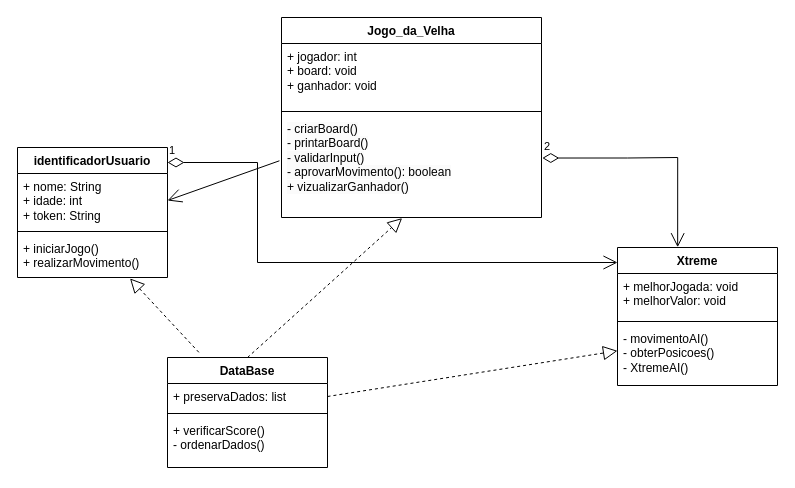
This is mini_projeto_3/Projeto_3/diagrama_de_classes.drawio from antonioscarvalho/Projetos-Orientados-a-Objetos, a draw.io file, before an edit. Source tidied: cells renumbered, new cells numbered last; positions are measured from the earlier drawing's top-left corner, leaving out a move shared by most shapes. Both pictures are drawn from the tidied source at 100%, with x=0, y=0 at pixel (17, 17).
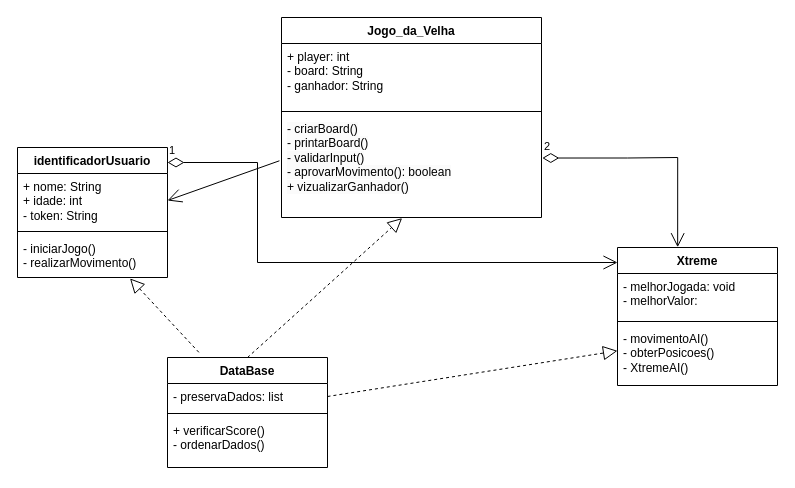
The same page after the edit.

Unchanged cells that the change refers to:
```xml
<mxCell id="2" value="identificadorUsuario" style="swimlane;fontStyle=1;align=center;verticalAlign=top;horizontal=1;startSize=26;whiteSpace=wrap;html=1;" parent="1" vertex="1">
  <mxGeometry y="130" width="150" height="130" as="geometry" />
</mxCell>
<mxCell id="6" value="Jogo_da_Velha" style="swimlane;fontStyle=1;align=center;verticalAlign=top;horizontal=1;startSize=26;whiteSpace=wrap;html=1;" parent="1" vertex="1">
  <mxGeometry x="264" width="260" height="200" as="geometry" />
</mxCell>
<mxCell id="10" value="DataBase" style="swimlane;fontStyle=1;align=center;verticalAlign=top;horizontal=1;startSize=26;whiteSpace=wrap;html=1;" parent="1" vertex="1">
  <mxGeometry x="150" y="340" width="160" height="110" as="geometry" />
</mxCell>
<mxCell id="17" value="Xtreme" style="swimlane;fontStyle=1;align=center;verticalAlign=top;horizontal=1;startSize=26;whiteSpace=wrap;html=1;" parent="1" vertex="1">
  <mxGeometry x="600" y="230" width="160" height="138" as="geometry" />
</mxCell>
```

Diff of the diagram source:
```diff
@@
-    <mxCell id="3" value="+ nome: String&lt;br&gt;+ idade: int&lt;br&gt;+ token: String&lt;br&gt;" style="text;strokeColor=none;fillColor=none;align=left;verticalAlign=top;spacingLeft=4;spacingRight=4;overflow=hidden;points=[[0,0.5],[1,0.5]];portConstraint=eastwest;whiteSpace=wrap;html=1;" parent="2" vertex="1">
+    <mxCell id="3" value="+ nome: String&lt;br&gt;+ idade: int&lt;br&gt;- token: String" style="text;strokeColor=none;fillColor=none;align=left;verticalAlign=top;spacingLeft=4;spacingRight=4;overflow=hidden;points=[[0,0.5],[1,0.5]];portConstraint=eastwest;whiteSpace=wrap;html=1;" parent="2" vertex="1">
       <mxGeometry y="26" width="150" height="54" as="geometry" />
     </mxCell>
@@
-    <mxCell id="5" value="+ iniciarJogo()&lt;br&gt;+ realizarMovimento()" style="text;strokeColor=none;fillColor=none;align=left;verticalAlign=top;spacingLeft=4;spacingRight=4;overflow=hidden;points=[[0,0.5],[1,0.5]];portConstraint=eastwest;whiteSpace=wrap;html=1;" parent="2" vertex="1">
+    <mxCell id="5" value="- iniciarJogo()&lt;br&gt;- realizarMovimento()" style="text;strokeColor=none;fillColor=none;align=left;verticalAlign=top;spacingLeft=4;spacingRight=4;overflow=hidden;points=[[0,0.5],[1,0.5]];portConstraint=eastwest;whiteSpace=wrap;html=1;" parent="2" vertex="1">
       <mxGeometry y="88" width="150" height="42" as="geometry" />
     </mxCell>
@@
-    <mxCell id="7" value="+ jogador: int&lt;br&gt;+ board: void&lt;br&gt;+ ganhador: void" style="text;strokeColor=none;fillColor=none;align=left;verticalAlign=top;spacingLeft=4;spacingRight=4;overflow=hidden;whiteSpace=wrap;html=1;" parent="6" vertex="1">
+    <mxCell id="7" value="+ player: int&lt;br&gt;- board: String&lt;br&gt;- ganhador: String" style="text;strokeColor=none;fillColor=none;align=left;verticalAlign=top;spacingLeft=4;spacingRight=4;overflow=hidden;whiteSpace=wrap;html=1;" parent="6" vertex="1">
       <mxGeometry y="26" width="260" height="64" as="geometry" />
     </mxCell>
@@
-    <mxCell id="11" value="+ preservaDados: list" style="text;strokeColor=none;fillColor=none;align=left;verticalAlign=top;spacingLeft=4;spacingRight=4;overflow=hidden;points=[[0,0.5],[1,0.5]];portConstraint=eastwest;whiteSpace=wrap;html=1;" parent="10" vertex="1">
+    <mxCell id="11" value="- preservaDados: list" style="text;strokeColor=none;fillColor=none;align=left;verticalAlign=top;spacingLeft=4;spacingRight=4;overflow=hidden;points=[[0,0.5],[1,0.5]];portConstraint=eastwest;whiteSpace=wrap;html=1;" parent="10" vertex="1">
       <mxGeometry y="26" width="160" height="26" as="geometry" />
     </mxCell>
@@
-    <mxCell id="18" value="+ melhorJogada: void&lt;br&gt;+ melhorValor: void" style="text;strokeColor=none;fillColor=none;align=left;verticalAlign=top;spacingLeft=4;spacingRight=4;overflow=hidden;whiteSpace=wrap;html=1;" parent="17" vertex="1">
+    <mxCell id="18" value="- melhorJogada: void&lt;br&gt;- melhorValor:&amp;nbsp;" style="text;strokeColor=none;fillColor=none;align=left;verticalAlign=top;spacingLeft=4;spacingRight=4;overflow=hidden;whiteSpace=wrap;html=1;" parent="17" vertex="1">
       <mxGeometry y="26" width="160" height="44" as="geometry" />
     </mxCell>
```
